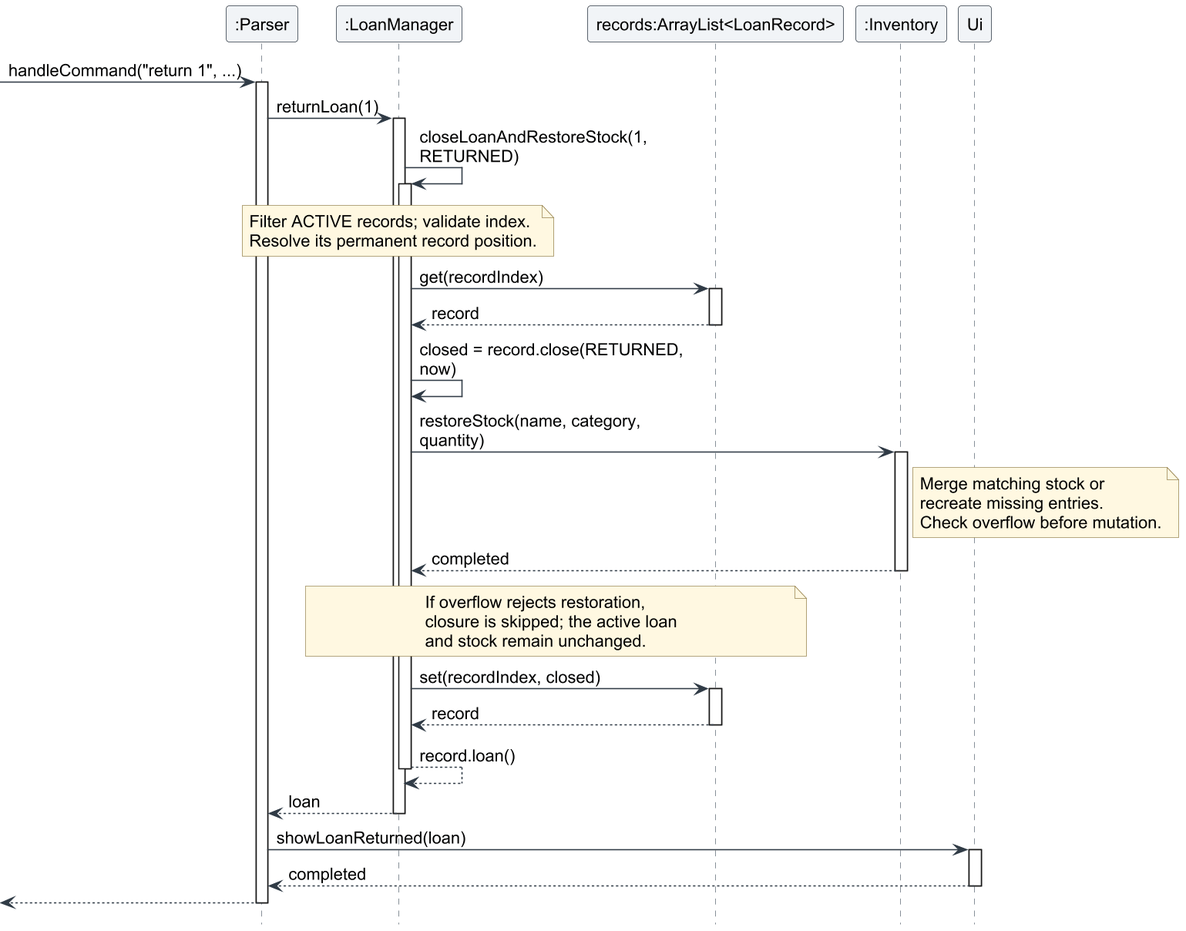
Before: docs/images/loan-return-sequence.png, a diagram exported from PlantUML (AY2627S1-CS2113-T11-3/tp).
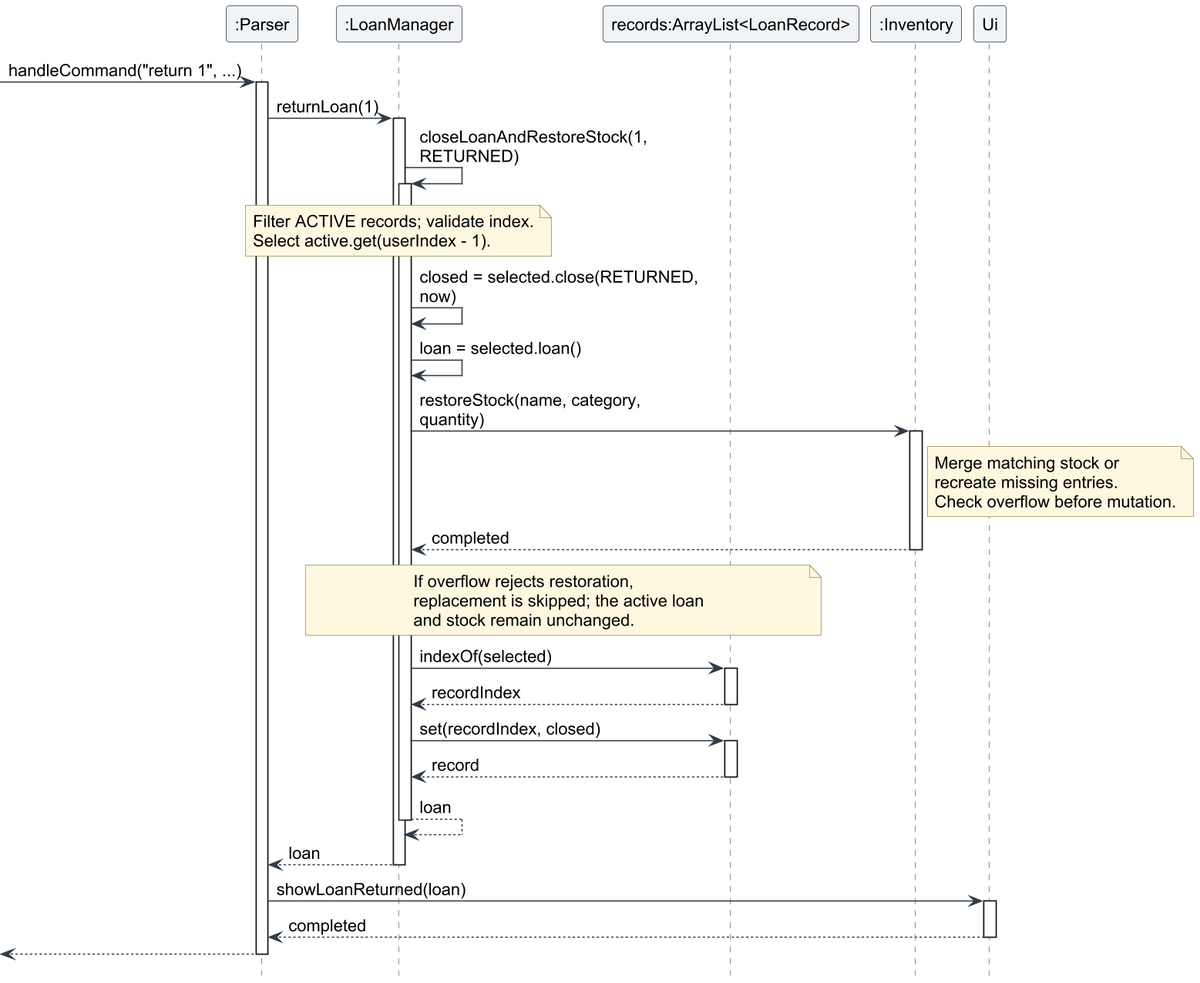
The same diagram one commit later.

Diff of the diagram source:
```diff
@@ -17,13 +17,10 @@
 activate Manager
 note over Manager
     Filter ACTIVE records; validate index.
-    Resolve its permanent record position.
+    Select active.get(userIndex - 1).
 end note
-Manager -> Loans : get(recordIndex)
-activate Loans
-Loans --> Manager : record
-deactivate Loans
-Manager -> Manager : closed = record.close(RETURNED, now)
+Manager -> Manager : closed = selected.close(RETURNED, now)
+Manager -> Manager : loan = selected.loan()
 Manager -> Inventory : restoreStock(name, category, quantity)
 activate Inventory
 note right of Inventory
@@ -35,14 +32,18 @@
 deactivate Inventory
 note over Manager, Loans
     If overflow rejects restoration,
-    closure is skipped; the active loan
+    replacement is skipped; the active loan
     and stock remain unchanged.
 end note
+Manager -> Loans : indexOf(selected)
+activate Loans
+Loans --> Manager : recordIndex
+deactivate Loans
 Manager -> Loans : set(recordIndex, closed)
 activate Loans
 Loans --> Manager : record
 deactivate Loans
-Manager --> Manager : record.loan()
+Manager --> Manager : loan
 deactivate Manager
 Manager --> Parser : loan
 deactivate Manager
```
